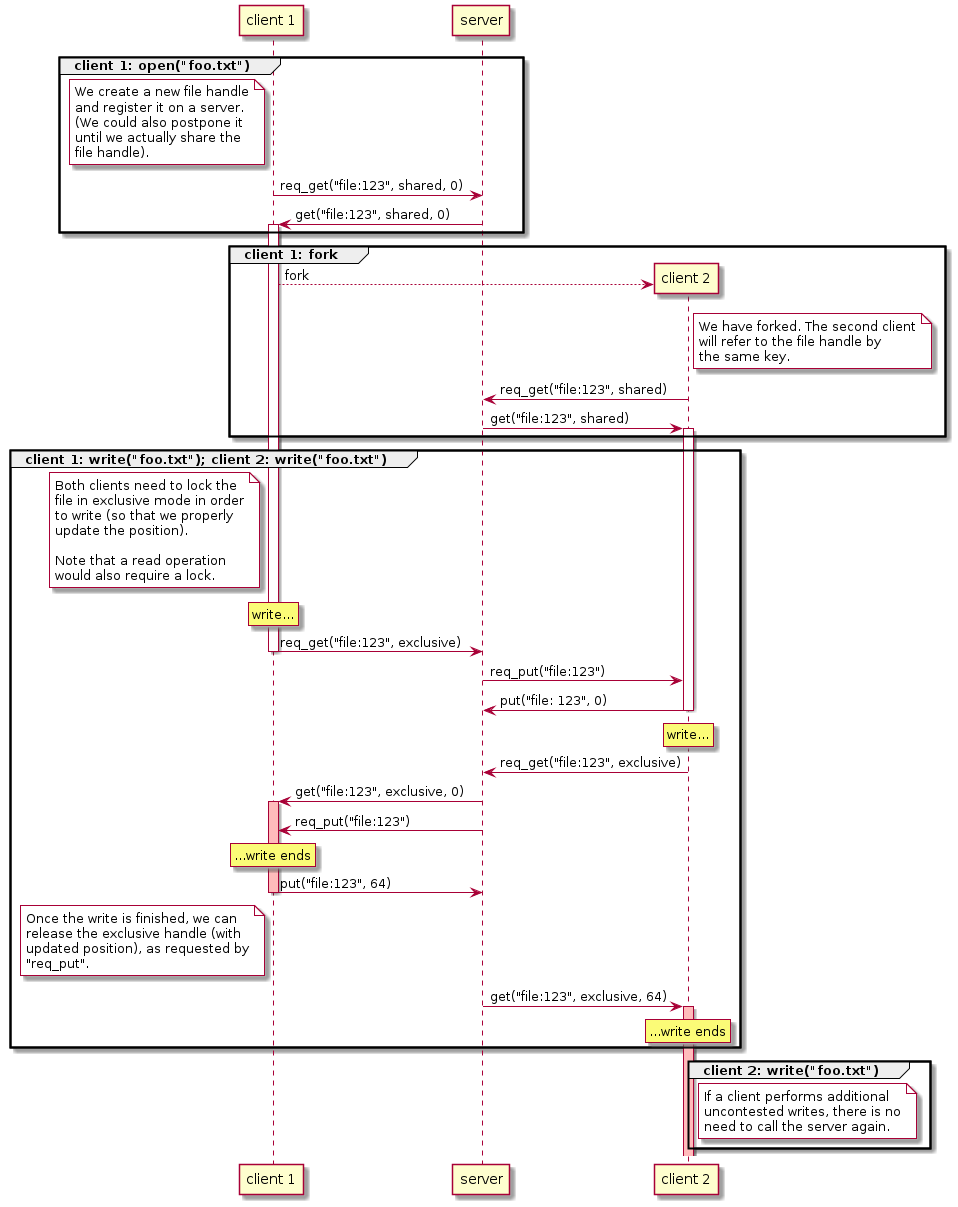
Before: diagrams/write.png, a diagram exported from PlantUML (pwmarcz/fs-demo).
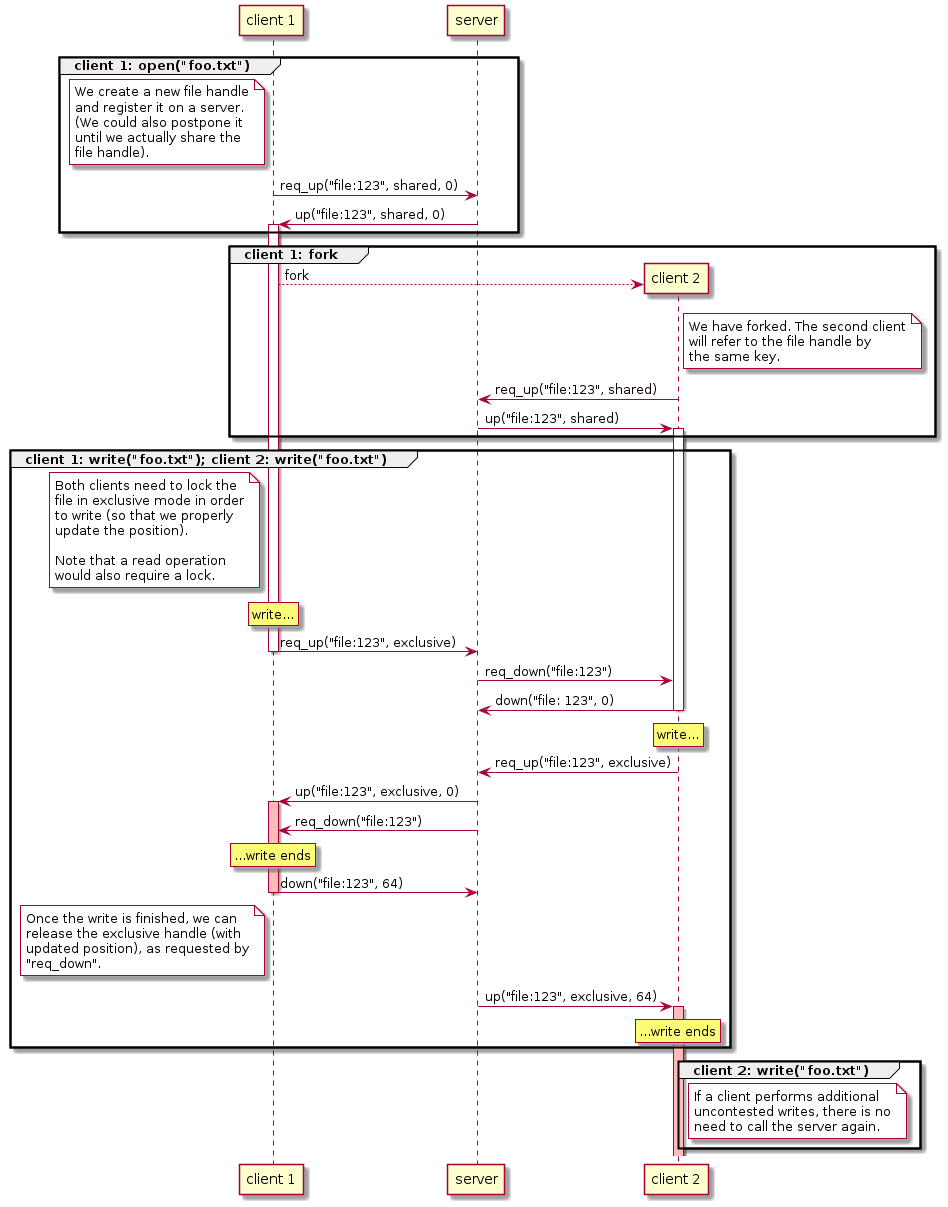
After the commit.

Commit message:
Convert get/put -> up/down, add a downgrade from exclusive to shared

What changed in the source:
```diff
@@ -13,8 +13,8 @@
     file handle).
   end note
 
-  c1 -> s: req_get("file:123", shared, 0)
-  s -> c1: get("file:123", shared, 0)
+  c1 -> s: req_up("file:123", shared, 0)
+  s -> c1: up("file:123", shared, 0)
   activate c1
 end
 
@@ -28,8 +28,8 @@
     the same key.
   end note
 
-  c2 -> s: req_get("file:123", shared)
-  s -> c2: get("file:123", shared)
+  c2 -> s: req_up("file:123", shared)
+  s -> c2: up("file:123", shared)
   activate c2
 end
 
@@ -47,33 +47,33 @@
 
   rnote over c1: write...
 
-  c1 -> s: req_get("file:123", exclusive)
+  c1 -> s: req_up("file:123", exclusive)
   deactivate c1
-  s -> c2: req_put("file:123")
-  c2 -> s: put("file: 123", 0)
+  s -> c2: req_down("file:123")
+  c2 -> s: down("file: 123", 0)
   deactivate c2
 
   rnote over c2: write...
 
-  c2 -> s: req_get("file:123", exclusive)
+  c2 -> s: req_up("file:123", exclusive)
 
-  s -> c1: get("file:123", exclusive, 0)
+  s -> c1: up("file:123", exclusive, 0)
   activate c1 #ffbbbb
 
-  s -> c1: req_put("file:123")
+  s -> c1: req_down("file:123")
 
   rnote over c1: ...write ends
 
-  c1 -> s: put("file:123", 64)
+  c1 -> s: down("file:123", 64)
   deactivate c1
 
   note left of c1 #white
     Once the write is finished, we can
     release the exclusive handle (with
     updated position), as requested by
-    "req_put".
+    "req_down".
   end note
-  s -> c2: get("file:123", exclusive, 64)
+  s -> c2: up("file:123", exclusive, 64)
   activate c2 #ffbbbb
 
   rnote over c2: ...write ends
```
